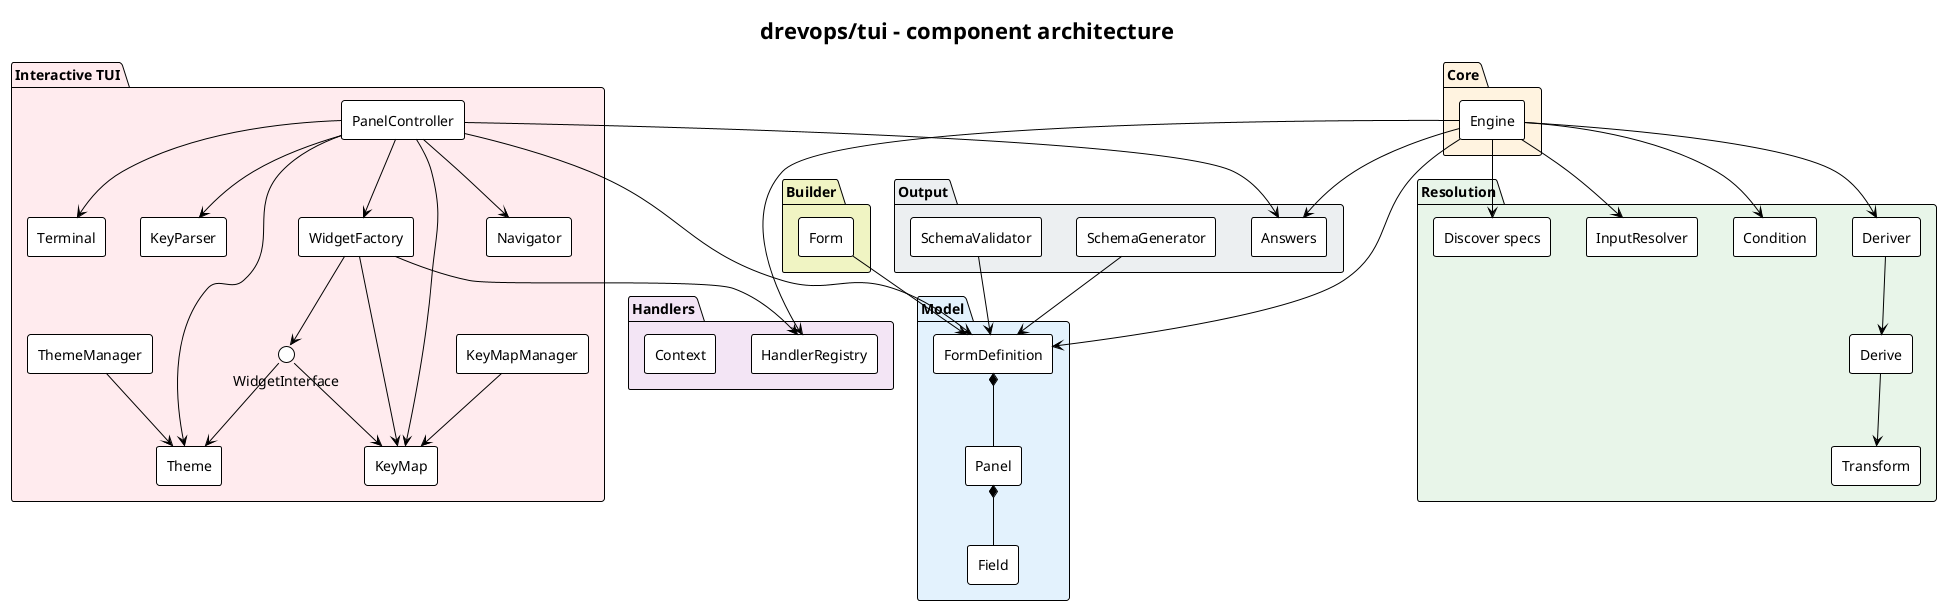
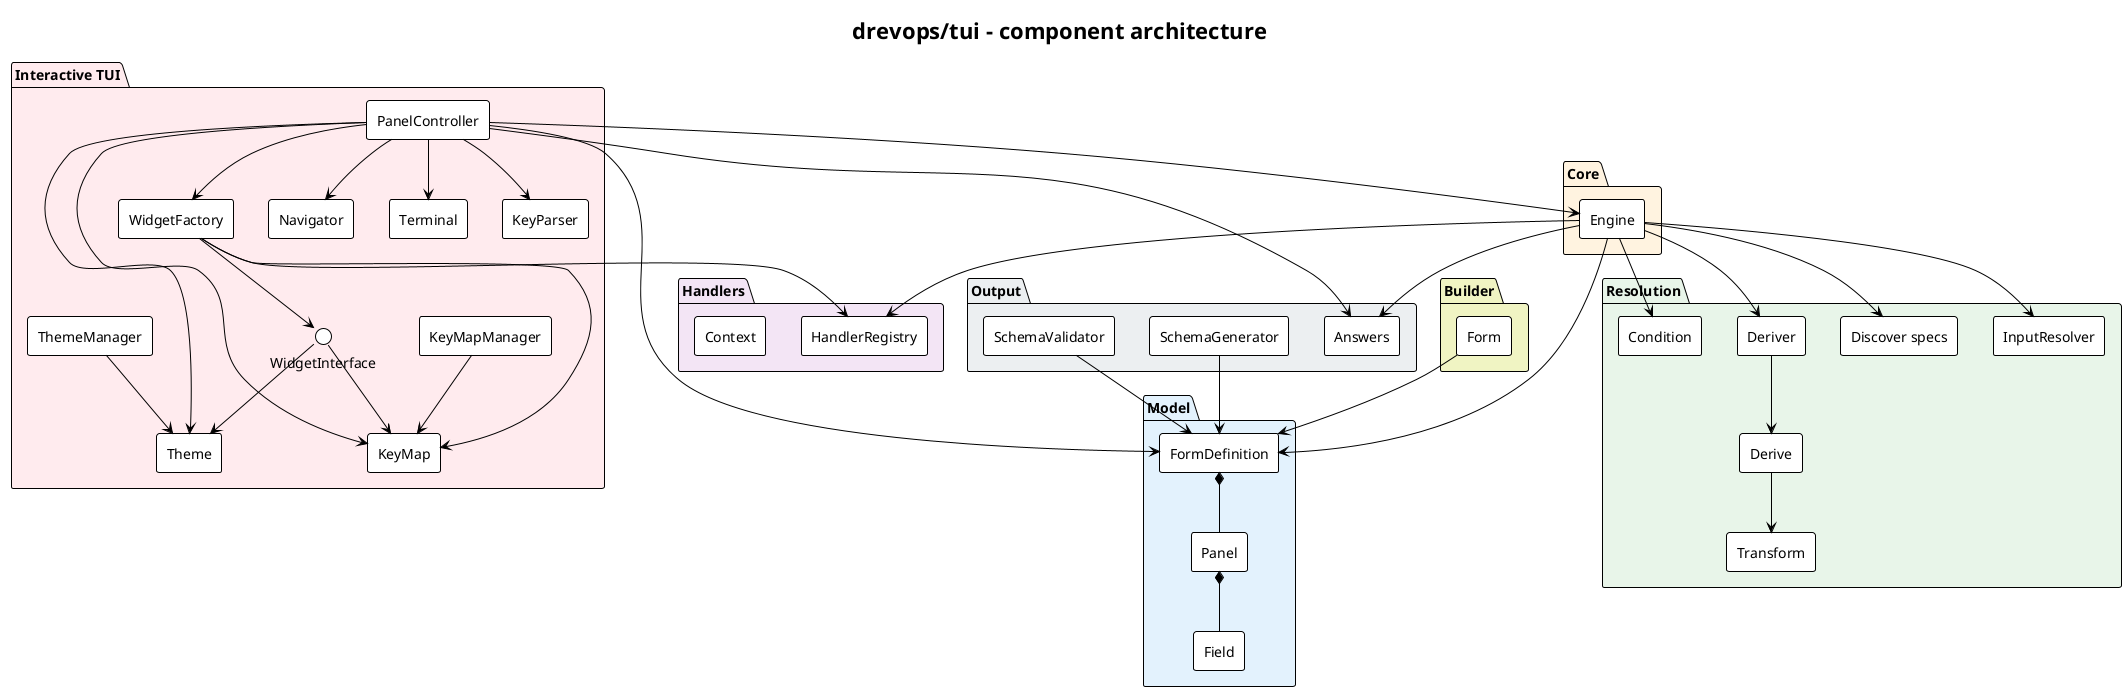
@startuml
' drevops/tui - component architecture.
' Packages mirror the src/ subdirectories; arrows show the main dependencies.
' Regenerate every SVG with:  plantuml -tsvg docs/architecture/*.puml
!theme plain
skinparam backgroundColor white
skinparam defaultFontName Helvetica
skinparam shadowing false
skinparam componentStyle rectangle
title drevops/tui - component architecture

package "Builder" #F0F4C3 {
  [Form]
}

package "Model" #E3F2FD {
  [FormDefinition]
  [Panel]
  [Field]
}

package "Core" #FFF3E0 {
  [Engine]
}

package "Resolution" #E8F5E9 {
  [InputResolver]
  [Discover specs]
  [Deriver]
  [Derive]
  [Transform]
  [Condition]
}

package "Handlers" #F3E5F5 {
  [HandlerRegistry]
  [Context]
}

package "Output" #ECEFF1 {
  [Answers]
  [SchemaGenerator]
  [SchemaValidator]
}

package "Interactive TUI" #FFEBEE {
  [PanelController]
  [ThemeManager]
  [Theme]
  [KeyMapManager]
  [KeyMap]
  [WidgetFactory]
  interface WidgetInterface
  [Navigator]
  [Terminal]
  [KeyParser]
}

[Form] --> [FormDefinition]
[FormDefinition] *-- [Panel]
[Panel] *-- [Field]

[Engine] --> [FormDefinition]
[Engine] --> [InputResolver]
[Engine] --> [Discover specs]
[Engine] --> [Deriver]
[Deriver] --> [Derive]
[Derive] --> [Transform]
[Engine] --> [Condition]
[Engine] --> [HandlerRegistry]
[Engine] --> [Answers]

[SchemaGenerator] --> [FormDefinition]
[SchemaValidator] --> [FormDefinition]

[PanelController] --> [FormDefinition]
+ [PanelController] --> [Engine]
[ThemeManager] --> [Theme]
[PanelController] --> [Theme]
[KeyMapManager] --> [KeyMap]
[PanelController] --> [KeyMap]
[PanelController] --> [WidgetFactory]
[WidgetFactory] --> [KeyMap]
[WidgetFactory] --> [HandlerRegistry]
[WidgetFactory] --> WidgetInterface
WidgetInterface --> [Theme]
WidgetInterface --> [KeyMap]
[PanelController] --> [Navigator]
[PanelController] --> [Terminal]
[PanelController] --> [KeyParser]
[PanelController] --> [Answers]
@enduml
